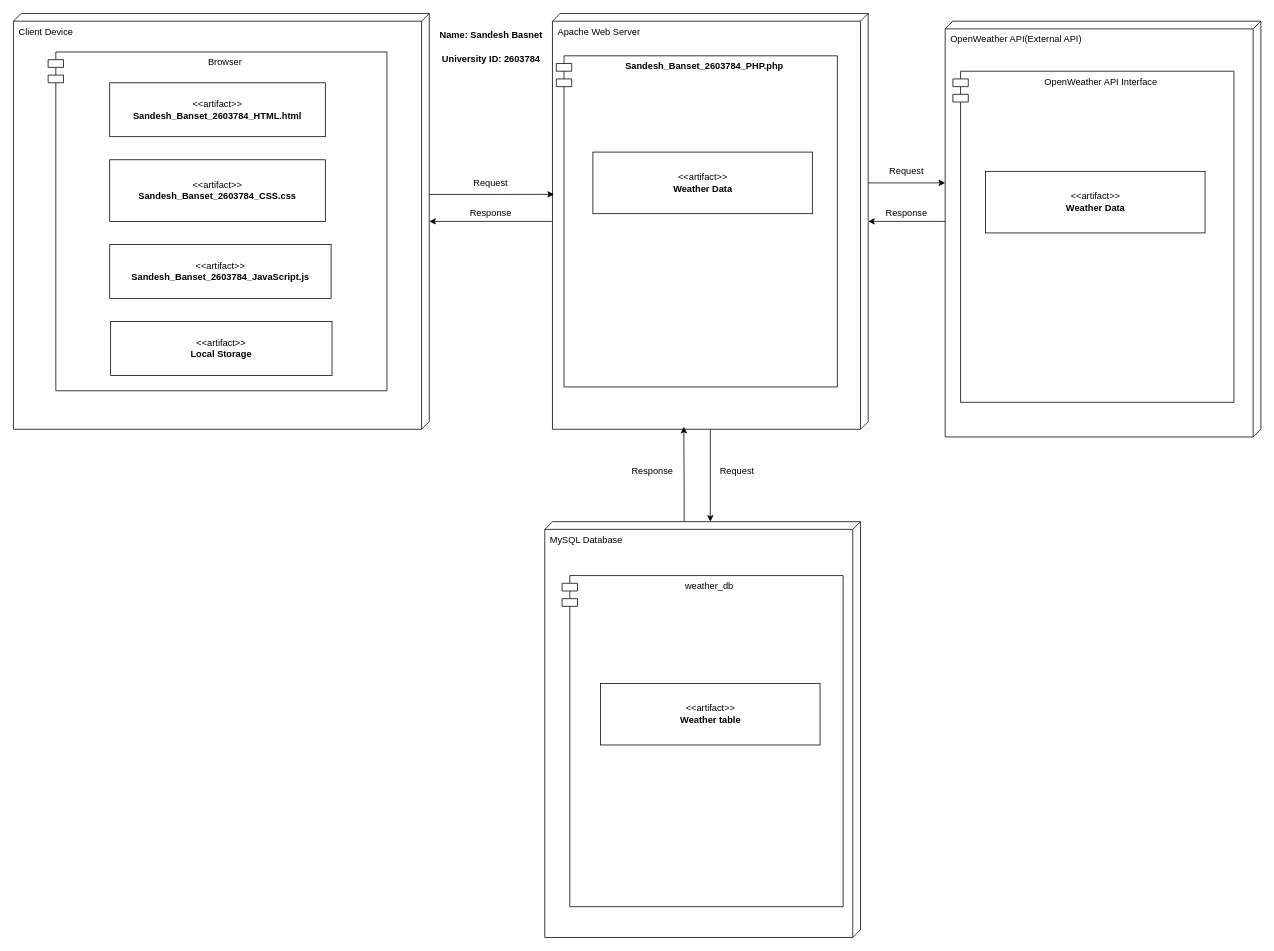
Earlier version of the draw.io diagram Deployment Diagram.drawio (Sandesh-Basnet/Weather_APP). Source tidied: cells renumbered, new cells numbered last; positions are measured from the earlier drawing's top-left corner, leaving out a move shared by most shapes. Both pictures are drawn from the tidied source at 77%, with x=0, y=0 at pixel (13, 13).
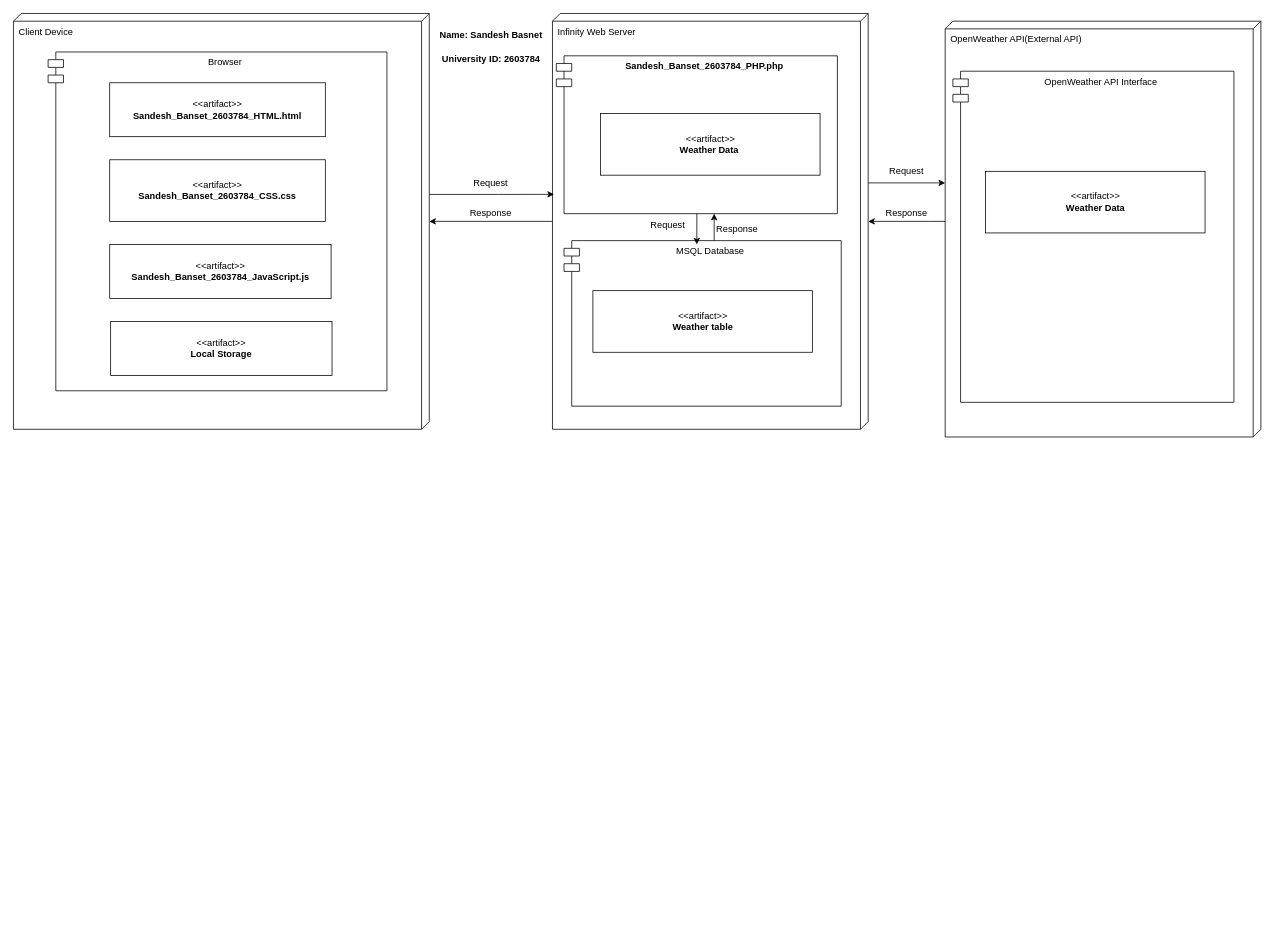
Above is the later version.

What changed in the source:
```diff
@@
-    <mxCell id="7" style="edgeStyle=orthogonalEdgeStyle;rounded=0;jettySize=auto;html=1;" parent="1" edge="1" source="8" target="18">
-      <mxGeometry relative="1" as="geometry">
-        <Array as="points">
-          <mxPoint x="905" y="640" />
-          <mxPoint x="905" y="640" />
-        </Array>
-      </mxGeometry>
-    </mxCell>
-    <mxCell id="8" value="Apache Web Server" style="verticalAlign=top;align=left;shape=cube;size=10;direction=south;fontStyle=0;html=1;boundedLbl=1;spacingLeft=5;whiteSpace=wrap;" parent="1" vertex="1">
+    <mxCell id="8" value="Infinity Web Server" style="verticalAlign=top;align=left;shape=cube;size=10;direction=south;fontStyle=0;html=1;boundedLbl=1;spacingLeft=5;whiteSpace=wrap;" parent="1" vertex="1">
       <mxGeometry x="700" width="410" height="540" as="geometry" />
     </mxCell>
@@
     <mxCell id="13" value="&lt;span style=&quot;font-weight: 700;&quot;&gt;Sandesh_Banset_2603784_PHP.php&lt;/span&gt;" style="shape=module;align=left;spacingLeft=20;align=center;verticalAlign=top;whiteSpace=wrap;html=1;" parent="1" vertex="1">
-      <mxGeometry x="705" y="55" width="365" height="430" as="geometry" />
+      <mxGeometry x="705" y="55" width="365" height="205" as="geometry" />
     </mxCell>
-    <mxCell id="14" value="&amp;lt;&amp;lt;artifact&amp;gt;&amp;gt;&lt;br&gt;&lt;b&gt;Weather Data&lt;/b&gt;" style="html=1;align=center;verticalAlign=middle;dashed=0;whiteSpace=wrap;" parent="1" vertex="1">
-      <mxGeometry x="752.5" y="180" width="285" height="80" as="geometry" />
+    <mxCell id="14" value="&lt;div&gt;&amp;lt;&amp;lt;artifact&amp;gt;&amp;gt;&lt;/div&gt;&lt;b&gt;Weather Data&amp;nbsp;&lt;/b&gt;" style="html=1;align=center;verticalAlign=middle;dashed=0;whiteSpace=wrap;" parent="1" vertex="1">
+      <mxGeometry x="762.5" y="130" width="285" height="80" as="geometry" />
     </mxCell>
@@
-    <mxCell id="18" value="MySQL Database" style="verticalAlign=top;align=left;shape=cube;size=10;direction=south;fontStyle=0;html=1;boundedLbl=1;spacingLeft=5;whiteSpace=wrap;" parent="1" vertex="1">
-      <mxGeometry x="690" y="660" width="410" height="540" as="geometry" />
-    </mxCell>
-    <mxCell id="19" value="weather_db&amp;nbsp;" style="shape=module;align=left;spacingLeft=20;align=center;verticalAlign=top;whiteSpace=wrap;html=1;" parent="1" vertex="1">
-      <mxGeometry x="712.5" y="730" width="365" height="430" as="geometry" />
-    </mxCell>
-    <mxCell id="20" value="&amp;lt;&amp;lt;artifact&amp;gt;&amp;gt;&lt;br&gt;&lt;b&gt;Weather table&lt;/b&gt;" style="html=1;align=center;verticalAlign=middle;dashed=0;whiteSpace=wrap;" parent="1" vertex="1">
-      <mxGeometry x="762.5" y="870" width="285" height="80" as="geometry" />
-    </mxCell>
@@
-    <mxCell id="25" style="edgeStyle=orthogonalEdgeStyle;rounded=0;jettySize=auto;html=1;entryX=0.994;entryY=0.584;entryDx=0;entryDy=0;entryPerimeter=0;" parent="1" edge="1" source="18" target="8">
-      <mxGeometry relative="1" as="geometry">
-        <Array as="points">
-          <mxPoint x="871" y="620" />
-          <mxPoint x="871" y="620" />
-        </Array>
-      </mxGeometry>
-    </mxCell>
-    <mxCell id="26" value="Request" style="text;html=1;whiteSpace=wrap;strokeColor=none;fillColor=none;align=center;verticalAlign=middle;rounded=0;" parent="1" vertex="1">
-      <mxGeometry x="910" y="580" width="60" height="30" as="geometry" />
-    </mxCell>
-    <mxCell id="27" value="Response" style="text;html=1;whiteSpace=wrap;strokeColor=none;fillColor=none;align=center;verticalAlign=middle;rounded=0;" parent="1" vertex="1">
-      <mxGeometry x="800" y="580" width="60" height="30" as="geometry" />
-    </mxCell>
@@
+    <mxCell id="31" style="edgeStyle=orthogonalEdgeStyle;rounded=0;jettySize=auto;html=1;" parent="1" edge="1" source="32">
+      <mxGeometry relative="1" as="geometry">
+        <mxPoint x="910" y="260" as="targetPoint" />
+        <Array as="points">
+          <mxPoint x="910" y="260" />
+        </Array>
+      </mxGeometry>
+    </mxCell>
+    <mxCell id="32" value="MSQL Database" style="shape=module;align=left;spacingLeft=20;align=center;verticalAlign=top;whiteSpace=wrap;html=1;" parent="1" vertex="1">
+      <mxGeometry x="715" y="295" width="360" height="215" as="geometry" />
+    </mxCell>
+    <mxCell id="20" value="&amp;lt;&amp;lt;artifact&amp;gt;&amp;gt;&lt;br&gt;&lt;b&gt;Weather table&lt;/b&gt;" style="html=1;align=center;verticalAlign=middle;dashed=0;whiteSpace=wrap;" parent="1" vertex="1">
+      <mxGeometry x="752.5" y="360" width="285" height="80" as="geometry" />
+    </mxCell>
+    <mxCell id="33" style="edgeStyle=orthogonalEdgeStyle;rounded=0;jettySize=auto;html=1;entryX=0.479;entryY=0.023;entryDx=0;entryDy=0;entryPerimeter=0;" parent="1" edge="1" source="13" target="32">
+      <mxGeometry relative="1" as="geometry" />
+    </mxCell>
+    <mxCell id="26" value="Request" style="text;html=1;whiteSpace=wrap;strokeColor=none;fillColor=none;align=center;verticalAlign=middle;rounded=0;" parent="1" vertex="1">
+      <mxGeometry x="820" y="260" width="60" height="30" as="geometry" />
+    </mxCell>
+    <mxCell id="27" value="Response" style="text;html=1;whiteSpace=wrap;strokeColor=none;fillColor=none;align=center;verticalAlign=middle;rounded=0;" parent="1" vertex="1">
+      <mxGeometry x="910" y="265" width="60" height="30" as="geometry" />
+    </mxCell>
```
